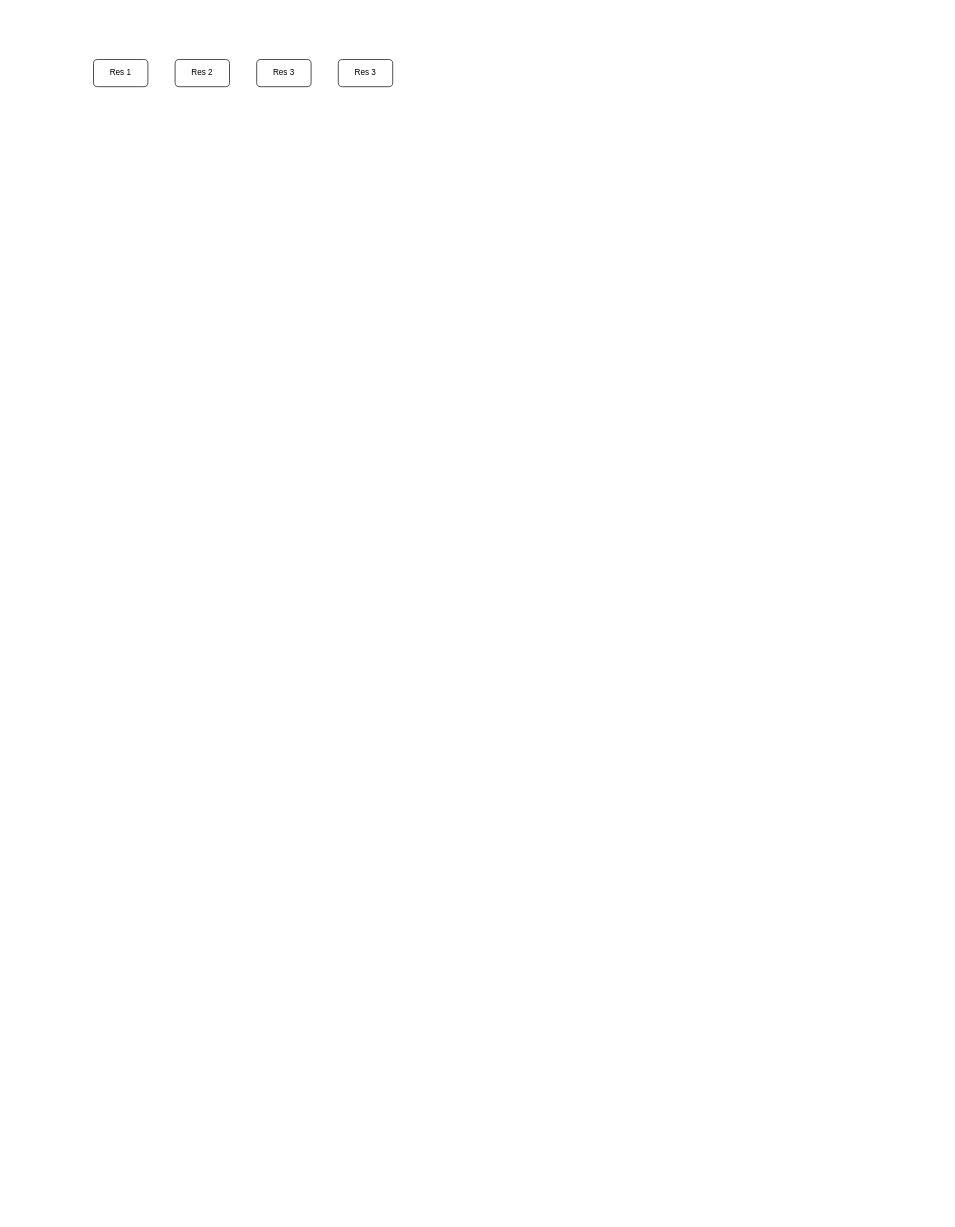
Earlier version of the draw.io diagram proposeddiagram.drawio (mirarzf/OF-tracker). Source tidied: cells renumbered, new cells numbered last; positions are measured from the earlier drawing's top-left corner, leaving out a move shared by most shapes. Both pictures are drawn from the tidied source at 68%, with x=0, y=0 at pixel (93, 59).
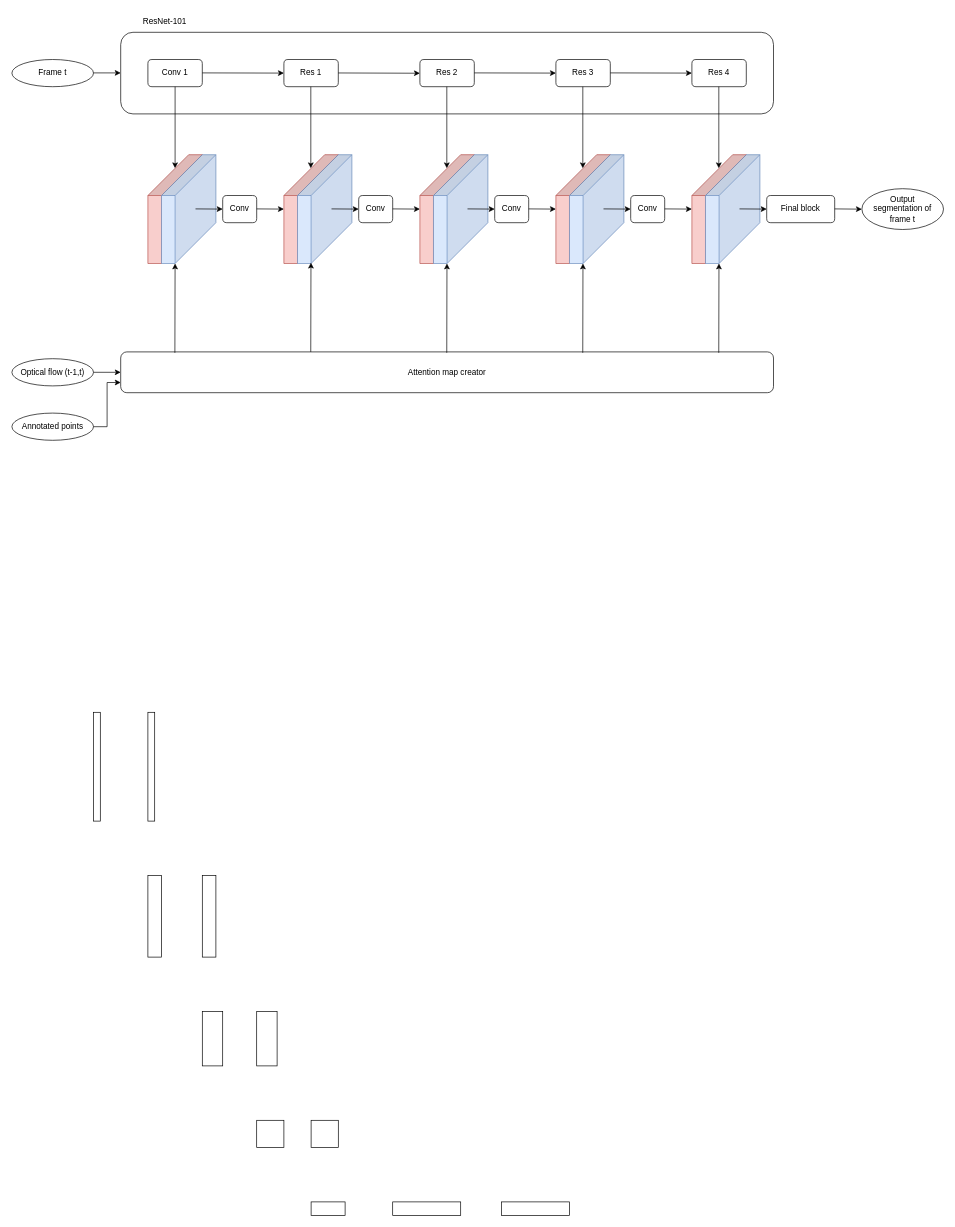
The same page after the edit.

The edit, as a diff of the source:
```diff
@@
+    <mxCell id="6" style="rounded=1;whiteSpace=wrap;html=1;fillColor=none;" parent="1" vertex="1">
+      <mxGeometry x="40" y="-40" width="960" height="120" as="geometry" />
+    </mxCell>
     <mxCell id="2" value="Res 1" style="rounded=1;whiteSpace=wrap;html=1;" parent="1" vertex="1">
-      <mxGeometry width="80" height="40" as="geometry" />
+      <mxGeometry x="280" width="80" height="40" as="geometry" />
     </mxCell>
     <mxCell id="3" value="Res 2" style="rounded=1;whiteSpace=wrap;html=1;" parent="1" vertex="1">
-      <mxGeometry x="120" width="80" height="40" as="geometry" />
+      <mxGeometry x="480" width="80" height="40" as="geometry" />
     </mxCell>
     <mxCell id="4" value="Res 3" style="rounded=1;whiteSpace=wrap;html=1;" parent="1" vertex="1">
-      <mxGeometry x="240" width="80" height="40" as="geometry" />
+      <mxGeometry x="680" width="80" height="40" as="geometry" />
     </mxCell>
-    <mxCell id="5" value="Res 3" style="rounded=1;whiteSpace=wrap;html=1;" parent="1" vertex="1">
-      <mxGeometry x="360" width="80" height="40" as="geometry" />
+    <mxCell id="5" value="Res 4" style="rounded=1;whiteSpace=wrap;html=1;" parent="1" vertex="1">
+      <mxGeometry x="880" width="80" height="40" as="geometry" />
     </mxCell>
+    <mxCell id="7" value="Conv 1" style="rounded=1;whiteSpace=wrap;html=1;" parent="1" vertex="1">
+      <mxGeometry x="80" width="80" height="40" as="geometry" />
+    </mxCell>
+    <mxCell id="8" value="ResNet-101" style="text;html=1;strokeColor=none;fillColor=none;align=center;verticalAlign=middle;whiteSpace=wrap;rounded=0;" parent="1" vertex="1">
+      <mxGeometry x="60" y="-70" width="90" height="30" as="geometry" />
+    </mxCell>
+    <mxCell id="9" value="Frame t" style="ellipse;whiteSpace=wrap;html=1;fillColor=none;" parent="1" vertex="1">
+      <mxGeometry x="-120" width="120" height="40" as="geometry" />
+    </mxCell>
+    <mxCell id="10" style="endArrow=classic;html=1;rounded=0;exitX=0.5;exitY=1;exitDx=0;exitDy=0;" parent="1" edge="1" source="7">
+      <mxGeometry relative="1" as="geometry">
+        <mxPoint x="120" y="160" as="targetPoint" />
+      </mxGeometry>
+    </mxCell>
+    <mxCell id="11" style="endArrow=classic;html=1;rounded=0;exitX=0.5;exitY=1;exitDx=0;exitDy=0;" parent="1" edge="1">
+      <mxGeometry relative="1" as="geometry">
+        <mxPoint x="319.6" y="40" as="sourcePoint" />
+        <mxPoint x="319.6" y="160" as="targetPoint" />
+      </mxGeometry>
+    </mxCell>
+    <mxCell id="12" style="endArrow=classic;html=1;rounded=0;exitX=0.5;exitY=1;exitDx=0;exitDy=0;" parent="1" edge="1">
+      <mxGeometry relative="1" as="geometry">
+        <mxPoint x="519.6" y="40" as="sourcePoint" />
+        <mxPoint x="519.6" y="160" as="targetPoint" />
+      </mxGeometry>
+    </mxCell>
+    <mxCell id="13" style="endArrow=classic;html=1;rounded=0;exitX=0.5;exitY=1;exitDx=0;exitDy=0;" parent="1" edge="1">
+      <mxGeometry relative="1" as="geometry">
+        <mxPoint x="719.6" y="40" as="sourcePoint" />
+        <mxPoint x="719.6" y="160" as="targetPoint" />
+      </mxGeometry>
+    </mxCell>
+    <mxCell id="14" style="endArrow=classic;html=1;rounded=0;exitX=0.5;exitY=1;exitDx=0;exitDy=0;" parent="1" edge="1">
+      <mxGeometry relative="1" as="geometry">
+        <mxPoint x="919.6" y="40" as="sourcePoint" />
+        <mxPoint x="919.6" y="160" as="targetPoint" />
+      </mxGeometry>
+    </mxCell>
+    <mxCell id="15" style="shape=cube;whiteSpace=wrap;html=1;boundedLbl=1;backgroundOutline=1;darkOpacity=0.05;darkOpacity2=0.1;fillColor=#f8cecc;direction=south;size=60;strokeColor=#b85450;" parent="1" vertex="1">
+      <mxGeometry x="80" y="140" width="80" height="160" as="geometry" />
+    </mxCell>
+    <mxCell id="16" style="shape=cube;whiteSpace=wrap;html=1;boundedLbl=1;backgroundOutline=1;darkOpacity=0.05;darkOpacity2=0.1;fillColor=#f8cecc;direction=south;size=60;strokeColor=#b85450;" parent="1" vertex="1">
+      <mxGeometry x="280" y="140" width="80" height="160" as="geometry" />
+    </mxCell>
+    <mxCell id="17" style="shape=cube;whiteSpace=wrap;html=1;boundedLbl=1;backgroundOutline=1;darkOpacity=0.05;darkOpacity2=0.1;fillColor=#f8cecc;direction=south;size=60;strokeColor=#b85450;" parent="1" vertex="1">
+      <mxGeometry x="480" y="140" width="80" height="160" as="geometry" />
+    </mxCell>
+    <mxCell id="18" style="shape=cube;whiteSpace=wrap;html=1;boundedLbl=1;backgroundOutline=1;darkOpacity=0.05;darkOpacity2=0.1;fillColor=#f8cecc;direction=south;size=60;strokeColor=#b85450;" parent="1" vertex="1">
+      <mxGeometry x="680" y="140" width="80" height="160" as="geometry" />
+    </mxCell>
+    <mxCell id="19" style="shape=cube;whiteSpace=wrap;html=1;boundedLbl=1;backgroundOutline=1;darkOpacity=0.05;darkOpacity2=0.1;fillColor=#f8cecc;direction=south;size=60;strokeColor=#b85450;" parent="1" vertex="1">
+      <mxGeometry x="880" y="140" width="80" height="160" as="geometry" />
+    </mxCell>
+    <mxCell id="20" value="Optical flow (t-1,t)" style="ellipse;whiteSpace=wrap;html=1;fillColor=none;" parent="1" vertex="1">
+      <mxGeometry x="-120" y="440" width="120" height="40" as="geometry" />
+    </mxCell>
+    <mxCell id="21" style="endArrow=classic;html=1;rounded=0;exitX=1;exitY=0.5;exitDx=0;exitDy=0;" parent="1" edge="1" source="20">
+      <mxGeometry relative="1" as="geometry">
+        <mxPoint x="40" y="460" as="targetPoint" />
+      </mxGeometry>
+    </mxCell>
+    <mxCell id="22" value="Attention map creator" style="rounded=1;whiteSpace=wrap;html=1;fillColor=none;" parent="1" vertex="1">
+      <mxGeometry x="40" y="430" width="960" height="60" as="geometry" />
+    </mxCell>
+    <mxCell id="23" value="Annotated points" style="ellipse;whiteSpace=wrap;html=1;fillColor=none;" parent="1" vertex="1">
+      <mxGeometry x="-120" y="520" width="120" height="40" as="geometry" />
+    </mxCell>
+    <mxCell id="24" style="endArrow=classic;html=1;rounded=0;exitX=1;exitY=0.5;exitDx=0;exitDy=0;entryX=0;entryY=0.75;entryDx=0;entryDy=0;" parent="1" edge="1" source="23" target="22">
+      <mxGeometry relative="1" as="geometry">
+        <Array as="points">
+          <mxPoint x="20" y="540" />
+          <mxPoint x="20" y="475" />
+        </Array>
+      </mxGeometry>
+    </mxCell>
+    <mxCell id="25" style="shape=cube;whiteSpace=wrap;html=1;boundedLbl=1;backgroundOutline=1;darkOpacity=0.05;darkOpacity2=0.1;fillColor=#dae8fc;direction=south;size=60;strokeColor=#6c8ebf;" parent="1" vertex="1">
+      <mxGeometry x="100" y="140" width="80" height="160" as="geometry" />
+    </mxCell>
+    <mxCell id="26" style="shape=cube;whiteSpace=wrap;html=1;boundedLbl=1;backgroundOutline=1;darkOpacity=0.05;darkOpacity2=0.1;fillColor=#dae8fc;direction=south;size=60;strokeColor=#6c8ebf;" parent="1" vertex="1">
+      <mxGeometry x="300" y="140" width="80" height="160" as="geometry" />
+    </mxCell>
+    <mxCell id="27" style="shape=cube;whiteSpace=wrap;html=1;boundedLbl=1;backgroundOutline=1;darkOpacity=0.05;darkOpacity2=0.1;fillColor=#dae8fc;direction=south;size=60;strokeColor=#6c8ebf;" parent="1" vertex="1">
+      <mxGeometry x="500" y="140" width="80" height="160" as="geometry" />
+    </mxCell>
+    <mxCell id="28" style="shape=cube;whiteSpace=wrap;html=1;boundedLbl=1;backgroundOutline=1;darkOpacity=0.05;darkOpacity2=0.1;fillColor=#dae8fc;direction=south;size=60;strokeColor=#6c8ebf;" parent="1" vertex="1">
+      <mxGeometry x="700" y="140" width="80" height="160" as="geometry" />
+    </mxCell>
+    <mxCell id="29" style="shape=cube;whiteSpace=wrap;html=1;boundedLbl=1;backgroundOutline=1;darkOpacity=0.05;darkOpacity2=0.1;fillColor=#dae8fc;direction=south;size=60;strokeColor=#6c8ebf;" parent="1" vertex="1">
+      <mxGeometry x="900" y="140" width="80" height="160" as="geometry" />
+    </mxCell>
+    <mxCell id="30" style="endArrow=classic;html=1;rounded=0;exitX=0.083;exitY=0.022;exitDx=0;exitDy=0;exitPerimeter=0;" parent="1" edge="1" source="22">
+      <mxGeometry relative="1" as="geometry">
+        <mxPoint x="120" y="300" as="targetPoint" />
+      </mxGeometry>
+    </mxCell>
+    <mxCell id="31" style="endArrow=classic;html=1;rounded=0;exitX=0.083;exitY=0.022;exitDx=0;exitDy=0;exitPerimeter=0;" parent="1" edge="1">
+      <mxGeometry relative="1" as="geometry">
+        <mxPoint x="319.5" y="430" as="sourcePoint" />
+        <mxPoint x="319.8" y="298.7" as="targetPoint" />
+      </mxGeometry>
+    </mxCell>
+    <mxCell id="32" style="endArrow=classic;html=1;rounded=0;exitX=0.083;exitY=0.022;exitDx=0;exitDy=0;exitPerimeter=0;" parent="1" edge="1">
+      <mxGeometry relative="1" as="geometry">
+        <mxPoint x="519.5" y="431.3" as="sourcePoint" />
+        <mxPoint x="519.8" y="300" as="targetPoint" />
+      </mxGeometry>
+    </mxCell>
+    <mxCell id="33" style="endArrow=classic;html=1;rounded=0;exitX=0.083;exitY=0.022;exitDx=0;exitDy=0;exitPerimeter=0;" parent="1" edge="1">
+      <mxGeometry relative="1" as="geometry">
+        <mxPoint x="719.5" y="431.3" as="sourcePoint" />
+        <mxPoint x="719.8" y="300" as="targetPoint" />
+      </mxGeometry>
+    </mxCell>
+    <mxCell id="34" style="endArrow=classic;html=1;rounded=0;exitX=0.083;exitY=0.022;exitDx=0;exitDy=0;exitPerimeter=0;" parent="1" edge="1">
+      <mxGeometry relative="1" as="geometry">
+        <mxPoint x="919.5" y="431.3" as="sourcePoint" />
+        <mxPoint x="919.8" y="300" as="targetPoint" />
+      </mxGeometry>
+    </mxCell>
+    <mxCell id="35" style="endArrow=classic;html=1;rounded=0;" parent="1" edge="1">
+      <mxGeometry relative="1" as="geometry">
+        <mxPoint x="150" y="219.7" as="sourcePoint" />
+        <mxPoint x="190" y="220" as="targetPoint" />
+      </mxGeometry>
+    </mxCell>
+    <mxCell id="36" value="Conv" style="rounded=1;whiteSpace=wrap;html=1;" parent="1" vertex="1">
+      <mxGeometry x="190" y="200" width="50" height="40" as="geometry" />
+    </mxCell>
+    <mxCell id="37" style="endArrow=classic;html=1;rounded=0;" parent="1" edge="1">
+      <mxGeometry relative="1" as="geometry">
+        <mxPoint x="240" y="219.7" as="sourcePoint" />
+        <mxPoint x="280" y="220" as="targetPoint" />
+      </mxGeometry>
+    </mxCell>
+    <mxCell id="38" style="endArrow=classic;html=1;rounded=0;" parent="1" edge="1">
+      <mxGeometry relative="1" as="geometry">
+        <mxPoint x="350" y="219.7" as="sourcePoint" />
+        <mxPoint x="390" y="220" as="targetPoint" />
+      </mxGeometry>
+    </mxCell>
+    <mxCell id="39" value="Conv" style="rounded=1;whiteSpace=wrap;html=1;" parent="1" vertex="1">
+      <mxGeometry x="390" y="200" width="50" height="40" as="geometry" />
+    </mxCell>
+    <mxCell id="40" style="endArrow=classic;html=1;rounded=0;" parent="1" edge="1">
+      <mxGeometry relative="1" as="geometry">
+        <mxPoint x="440" y="219.7" as="sourcePoint" />
+        <mxPoint x="480" y="220" as="targetPoint" />
+      </mxGeometry>
+    </mxCell>
+    <mxCell id="41" style="endArrow=classic;html=1;rounded=0;" parent="1" edge="1">
+      <mxGeometry relative="1" as="geometry">
+        <mxPoint x="550" y="219.7" as="sourcePoint" />
+        <mxPoint x="590" y="220" as="targetPoint" />
+      </mxGeometry>
+    </mxCell>
+    <mxCell id="42" value="Conv" style="rounded=1;whiteSpace=wrap;html=1;" parent="1" vertex="1">
+      <mxGeometry x="590" y="200" width="50" height="40" as="geometry" />
+    </mxCell>
+    <mxCell id="43" style="endArrow=classic;html=1;rounded=0;" parent="1" edge="1">
+      <mxGeometry relative="1" as="geometry">
+        <mxPoint x="640" y="219.7" as="sourcePoint" />
+        <mxPoint x="680" y="220" as="targetPoint" />
+      </mxGeometry>
+    </mxCell>
+    <mxCell id="44" style="endArrow=classic;html=1;rounded=0;" parent="1" edge="1">
+      <mxGeometry relative="1" as="geometry">
+        <mxPoint x="750" y="219.7" as="sourcePoint" />
+        <mxPoint x="790" y="220" as="targetPoint" />
+      </mxGeometry>
+    </mxCell>
+    <mxCell id="45" value="Conv" style="rounded=1;whiteSpace=wrap;html=1;" parent="1" vertex="1">
+      <mxGeometry x="790" y="200" width="50" height="40" as="geometry" />
+    </mxCell>
+    <mxCell id="46" style="endArrow=classic;html=1;rounded=0;" parent="1" edge="1">
+      <mxGeometry relative="1" as="geometry">
+        <mxPoint x="840" y="219.7" as="sourcePoint" />
+        <mxPoint x="880" y="220" as="targetPoint" />
+      </mxGeometry>
+    </mxCell>
+    <mxCell id="47" style="endArrow=classic;html=1;rounded=0;" parent="1" edge="1" target="6">
+      <mxGeometry relative="1" as="geometry">
+        <mxPoint y="19.7" as="sourcePoint" />
+      </mxGeometry>
+    </mxCell>
+    <mxCell id="48" style="endArrow=classic;html=1;rounded=0;entryX=0;entryY=0.5;entryDx=0;entryDy=0;" parent="1" edge="1" target="2">
+      <mxGeometry relative="1" as="geometry">
+        <mxPoint x="160" y="19.7" as="sourcePoint" />
+      </mxGeometry>
+    </mxCell>
+    <mxCell id="49" style="endArrow=classic;html=1;rounded=0;entryX=0;entryY=0.5;entryDx=0;entryDy=0;" parent="1" edge="1">
+      <mxGeometry relative="1" as="geometry">
+        <mxPoint x="360" y="19.8" as="sourcePoint" />
+        <mxPoint x="480" y="20.2" as="targetPoint" />
+      </mxGeometry>
+    </mxCell>
+    <mxCell id="50" style="endArrow=classic;html=1;rounded=0;entryX=0;entryY=0.5;entryDx=0;entryDy=0;" parent="1" edge="1">
+      <mxGeometry relative="1" as="geometry">
+        <mxPoint x="560" y="19.7" as="sourcePoint" />
+        <mxPoint x="680" y="20" as="targetPoint" />
+      </mxGeometry>
+    </mxCell>
+    <mxCell id="51" style="endArrow=classic;html=1;rounded=0;entryX=0;entryY=0.5;entryDx=0;entryDy=0;" parent="1" edge="1">
+      <mxGeometry relative="1" as="geometry">
+        <mxPoint x="760" y="19.7" as="sourcePoint" />
+        <mxPoint x="880" y="20" as="targetPoint" />
+      </mxGeometry>
+    </mxCell>
+    <mxCell id="52" style="endArrow=classic;html=1;rounded=0;" parent="1" edge="1">
+      <mxGeometry relative="1" as="geometry">
+        <mxPoint x="950" y="219.7" as="sourcePoint" />
+        <mxPoint x="990" y="220" as="targetPoint" />
+      </mxGeometry>
+    </mxCell>
+    <mxCell id="53" value="Final block" style="rounded=1;whiteSpace=wrap;html=1;" parent="1" vertex="1">
+      <mxGeometry x="990" y="200" width="100" height="40" as="geometry" />
+    </mxCell>
+    <mxCell id="54" style="endArrow=classic;html=1;rounded=0;" parent="1" edge="1">
+      <mxGeometry relative="1" as="geometry">
+        <mxPoint x="1090" y="219.7" as="sourcePoint" />
+        <mxPoint x="1130" y="220.1" as="targetPoint" />
+      </mxGeometry>
+    </mxCell>
+    <mxCell id="55" value="Output&lt;br&gt;segmentation of frame t" style="ellipse;whiteSpace=wrap;html=1;fillColor=none;" parent="1" vertex="1">
+      <mxGeometry x="1130" y="190" width="120" height="60" as="geometry" />
+    </mxCell>
+    <mxCell id="56" style="rounded=0;whiteSpace=wrap;html=1;" parent="1" vertex="1">
+      <mxGeometry y="960" width="10" height="160" as="geometry" />
+    </mxCell>
+    <mxCell id="57" style="rounded=0;whiteSpace=wrap;html=1;" parent="1" vertex="1">
+      <mxGeometry x="80" y="960" width="10" height="160" as="geometry" />
+    </mxCell>
+    <mxCell id="58" style="rounded=0;whiteSpace=wrap;html=1;" parent="1" vertex="1">
+      <mxGeometry x="80" y="1200" width="20" height="120" as="geometry" />
+    </mxCell>
+    <mxCell id="59" style="rounded=0;whiteSpace=wrap;html=1;" parent="1" vertex="1">
+      <mxGeometry x="160" y="1200" width="20" height="120" as="geometry" />
+    </mxCell>
+    <mxCell id="60" style="rounded=0;whiteSpace=wrap;html=1;" parent="1" vertex="1">
+      <mxGeometry x="160" y="1400" width="30" height="80" as="geometry" />
+    </mxCell>
+    <mxCell id="61" style="rounded=0;whiteSpace=wrap;html=1;" parent="1" vertex="1">
+      <mxGeometry x="240" y="1400" width="30" height="80" as="geometry" />
+    </mxCell>
+    <mxCell id="62" style="rounded=0;whiteSpace=wrap;html=1;" parent="1" vertex="1">
+      <mxGeometry x="240" y="1560" width="40" height="40" as="geometry" />
+    </mxCell>
+    <mxCell id="63" style="rounded=0;whiteSpace=wrap;html=1;" parent="1" vertex="1">
+      <mxGeometry x="320" y="1560" width="40" height="40" as="geometry" />
+    </mxCell>
+    <mxCell id="64" style="rounded=0;whiteSpace=wrap;html=1;" parent="1" vertex="1">
+      <mxGeometry x="320" y="1680" width="50" height="20" as="geometry" />
+    </mxCell>
+    <mxCell id="65" style="rounded=0;whiteSpace=wrap;html=1;" parent="1" vertex="1">
+      <mxGeometry x="440" y="1680" width="100" height="20" as="geometry" />
+    </mxCell>
+    <mxCell id="66" style="rounded=0;whiteSpace=wrap;html=1;" parent="1" vertex="1">
+      <mxGeometry x="600" y="1680" width="100" height="20" as="geometry" />
+    </mxCell>
```
